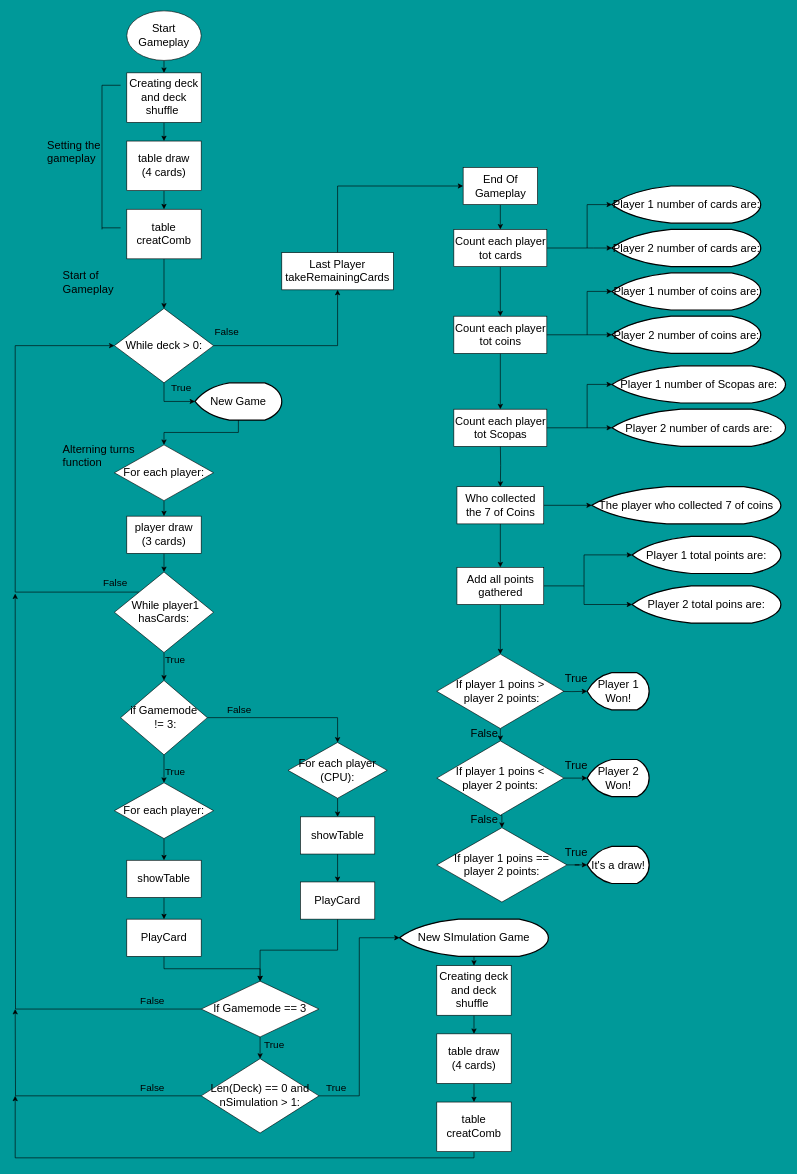
This is page "Gameplay" (2 of 6) of Scopa python game/Scopa Game flowchart/Scopa Game Flowchart.drawio from ABellassai/ACC-AlessandroB2, a draw.io file, before an edit. Source tidied: cells renumbered, new cells numbered last; positions are measured from the earlier drawing's top-left corner, leaving out a move shared by most shapes. Both pictures are drawn from the tidied source at 62%, with x=0, y=0 at pixel (15, 11).
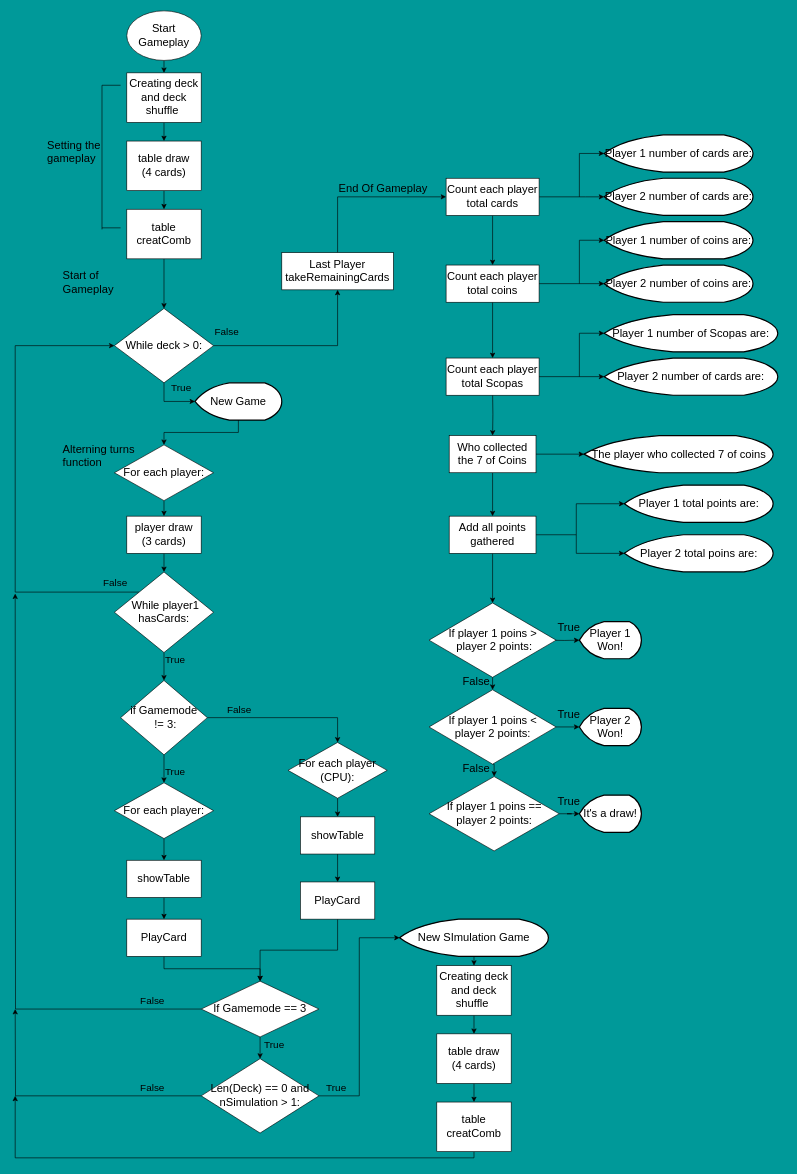
Above is the later version.

Unchanged cells that the change refers to:
```xml
<mxCell id="95" value="Last Player takeRemainingCards" style="rounded=0;whiteSpace=wrap;html=1;fontSize=18;" parent="1" vertex="1">
  <mxGeometry x="430" y="390" width="180" height="60" as="geometry" />
</mxCell>
```

What changed in the source:
```diff
@@
-    <mxCell id="14" style="edgeStyle=orthogonalEdgeStyle;rounded=0;jettySize=auto;html=1;exitX=0.5;exitY=1;exitDx=0;exitDy=0;entryX=0.5;entryY=0;entryDx=0;entryDy=0;fontSize=210;" parent="1" edge="1" source="15" target="20">
-      <mxGeometry relative="1" as="geometry" />
-    </mxCell>
-    <mxCell id="15" value="End Of Gameplay" style="rounded=0;whiteSpace=wrap;html=1;fontSize=18;" parent="1" vertex="1">
-      <mxGeometry x="722.5" y="252.5" width="120" height="60" as="geometry" />
-    </mxCell>
@@
     <mxCell id="19" style="edgeStyle=orthogonalEdgeStyle;rounded=0;jettySize=auto;html=1;exitX=1;exitY=0.5;exitDx=0;exitDy=0;fontSize=18;entryX=0;entryY=0.5;entryDx=0;entryDy=0;entryPerimeter=0;" parent="1" edge="1" source="20" target="41">
       <mxGeometry relative="1" as="geometry">
         <Array as="points">
-          <mxPoint x="932.5" y="382.5" />
-          <mxPoint x="932.5" y="382.5" />
+          <mxPoint x="920" y="300" />
+          <mxPoint x="920" y="300" />
         </Array>
       </mxGeometry>
     </mxCell>
-    <mxCell id="20" value="Count each player tot cards" style="rounded=0;whiteSpace=wrap;html=1;fontSize=18;" parent="1" vertex="1">
-      <mxGeometry x="707.5" y="352.5" width="150" height="60" as="geometry" />
+    <mxCell id="20" value="Count each player total cards" style="rounded=0;whiteSpace=wrap;html=1;fontSize=18;" parent="1" vertex="1">
+      <mxGeometry x="695" y="270" width="150" height="60" as="geometry" />
     </mxCell>
     <mxCell id="21" style="edgeStyle=orthogonalEdgeStyle;rounded=0;jettySize=auto;html=1;exitX=0.5;exitY=1;exitDx=0;exitDy=0;fontSize=18;entryX=0.5;entryY=0;entryDx=0;entryDy=0;" parent="1" edge="1" target="76">
       <mxGeometry relative="1" as="geometry">
-        <mxPoint x="782.5" y="697.5" as="sourcePoint" />
+        <mxPoint x="770" y="615" as="sourcePoint" />
       </mxGeometry>
     </mxCell>
-    <mxCell id="22" value="Count each player tot Scopas" style="rounded=0;whiteSpace=wrap;html=1;fontSize=18;" parent="1" vertex="1">
-      <mxGeometry x="707.5" y="642.5" width="150" height="60" as="geometry" />
+    <mxCell id="22" value="Count each player total Scopas" style="rounded=0;whiteSpace=wrap;html=1;fontSize=18;" parent="1" vertex="1">
+      <mxGeometry x="695" y="560" width="150" height="60" as="geometry" />
     </mxCell>
@@
-    <mxCell id="24" value="Count each player tot coins" style="rounded=0;whiteSpace=wrap;html=1;fontSize=18;" parent="1" vertex="1">
-      <mxGeometry x="707.5" y="492.5" width="150" height="60" as="geometry" />
+    <mxCell id="24" value="Count each player total coins" style="rounded=0;whiteSpace=wrap;html=1;fontSize=18;" parent="1" vertex="1">
+      <mxGeometry x="695" y="410" width="150" height="60" as="geometry" />
     </mxCell>
@@
     <mxCell id="26" style="edgeStyle=orthogonalEdgeStyle;rounded=0;jettySize=auto;html=1;exitX=1;exitY=0.5;exitDx=0;exitDy=0;entryX=0;entryY=0.5;entryDx=0;entryDy=0;entryPerimeter=0;" parent="1" edge="1" source="27" target="51">
       <mxGeometry relative="1" as="geometry">
         <Array as="points">
-          <mxPoint x="917.5" y="927.5" />
-          <mxPoint x="917.5" y="957.5" />
+          <mxPoint x="905" y="845" />
+          <mxPoint x="905" y="875" />
         </Array>
       </mxGeometry>
     </mxCell>
     <mxCell id="27" value="Add all points gathered" style="rounded=0;whiteSpace=wrap;html=1;fontSize=18;" parent="1" vertex="1">
-      <mxGeometry x="712.5" y="897.5" width="140" height="60" as="geometry" />
+      <mxGeometry x="700" y="815" width="140" height="60" as="geometry" />
     </mxCell>
     <mxCell id="28" style="edgeStyle=orthogonalEdgeStyle;rounded=0;jettySize=auto;html=1;exitX=1;exitY=0.5;exitDx=0;exitDy=0;entryX=0;entryY=0.5;entryDx=0;entryDy=0;entryPerimeter=0;fontSize=18;" parent="1" edge="1" target="31">
       <mxGeometry relative="1" as="geometry">
-        <mxPoint x="872.5" y="1097.5" as="sourcePoint" />
+        <mxPoint x="860" y="1015" as="sourcePoint" />
       </mxGeometry>
     </mxCell>
     <mxCell id="29" style="edgeStyle=orthogonalEdgeStyle;rounded=0;jettySize=auto;html=1;exitX=0.5;exitY=1;exitDx=0;exitDy=0;fontSize=18;entryX=0.5;entryY=0;entryDx=0;entryDy=0;" parent="1" edge="1" target="34">
       <mxGeometry relative="1" as="geometry">
-        <mxPoint x="782.5" y="1157.5" as="sourcePoint" />
+        <mxPoint x="770" y="1075" as="sourcePoint" />
       </mxGeometry>
     </mxCell>
     <mxCell id="30" value="&lt;span style=&quot;font-size: 18px;&quot;&gt;If player 1 poins &amp;gt;&lt;br&gt;&amp;nbsp;player 2 points:&lt;/span&gt;" style="rhombus;whiteSpace=wrap;html=1;" parent="1" vertex="1">
-      <mxGeometry x="680" y="1037.5" width="205" height="120" as="geometry" />
+      <mxGeometry x="667.5" y="955" width="205" height="120" as="geometry" />
     </mxCell>
     <mxCell id="31" value="Player 1 Won!" style="strokeWidth=2;html=1;shape=mxgraph.flowchart.display;whiteSpace=wrap;fontSize=18;" parent="1" vertex="1">
-      <mxGeometry x="922.5" y="1067.5" width="100" height="60" as="geometry" />
+      <mxGeometry x="910" y="985" width="100" height="60" as="geometry" />
     </mxCell>
@@
     <mxCell id="34" value="&lt;span style=&quot;font-size: 18px;&quot;&gt;If player 1 poins &amp;lt;&lt;br&gt;player 2 points:&lt;/span&gt;" style="rhombus;whiteSpace=wrap;html=1;" parent="1" vertex="1">
-      <mxGeometry x="680" y="1177.5" width="205" height="120" as="geometry" />
+      <mxGeometry x="667.5" y="1095" width="205" height="120" as="geometry" />
     </mxCell>
     <mxCell id="35" value="Player 2 Won!" style="strokeWidth=2;html=1;shape=mxgraph.flowchart.display;whiteSpace=wrap;fontSize=18;" parent="1" vertex="1">
-      <mxGeometry x="922.5" y="1207.5" width="100" height="60" as="geometry" />
+      <mxGeometry x="910" y="1125" width="100" height="60" as="geometry" />
     </mxCell>
@@
     <mxCell id="37" value="&lt;span style=&quot;font-size: 18px;&quot;&gt;If player 1 poins == &lt;br&gt;player 2 points:&lt;/span&gt;" style="rhombus;whiteSpace=wrap;html=1;" parent="1" vertex="1">
-      <mxGeometry x="680" y="1317.5" width="210" height="120" as="geometry" />
+      <mxGeometry x="667.5" y="1235" width="210" height="120" as="geometry" />
     </mxCell>
     <mxCell id="38" value="It's a draw!" style="strokeWidth=2;html=1;shape=mxgraph.flowchart.display;whiteSpace=wrap;fontSize=18;" parent="1" vertex="1">
-      <mxGeometry x="922.5" y="1347.5" width="100" height="60" as="geometry" />
+      <mxGeometry x="910" y="1265" width="100" height="60" as="geometry" />
     </mxCell>
     <mxCell id="39" style="endArrow=classic;html=1;rounded=0;fontSize=18;entryX=0;entryY=0.5;entryDx=0;entryDy=0;entryPerimeter=0;" parent="1" edge="1" target="40">
       <mxGeometry relative="1" as="geometry">
-        <mxPoint x="922.5" y="382.5" as="sourcePoint" />
+        <mxPoint x="910" y="300" as="sourcePoint" />
         <Array as="points">
-          <mxPoint x="922.5" y="312.5" />
+          <mxPoint x="910" y="230" />
         </Array>
       </mxGeometry>
     </mxCell>
     <mxCell id="40" value="Player 1 number of cards are:" style="strokeWidth=2;html=1;shape=mxgraph.flowchart.display;whiteSpace=wrap;fontSize=18;" parent="1" vertex="1">
-      <mxGeometry x="962.5" y="282.5" width="240" height="60" as="geometry" />
+      <mxGeometry x="950" y="200" width="240" height="60" as="geometry" />
     </mxCell>
     <mxCell id="41" value="Player 2 number of cards are:" style="strokeWidth=2;html=1;shape=mxgraph.flowchart.display;whiteSpace=wrap;fontSize=18;" parent="1" vertex="1">
-      <mxGeometry x="962.5" y="352.5" width="240" height="60" as="geometry" />
+      <mxGeometry x="950" y="270" width="240" height="60" as="geometry" />
     </mxCell>
@@
     <mxCell id="43" style="endArrow=classic;html=1;rounded=0;fontSize=18;entryX=0;entryY=0.5;entryDx=0;entryDy=0;entryPerimeter=0;" parent="1" edge="1" target="44">
       <mxGeometry relative="1" as="geometry">
-        <mxPoint x="922.5" y="522.5" as="sourcePoint" />
+        <mxPoint x="910" y="440" as="sourcePoint" />
         <Array as="points">
-          <mxPoint x="922.5" y="452.5" />
+          <mxPoint x="910" y="370" />
         </Array>
       </mxGeometry>
     </mxCell>
     <mxCell id="44" value="Player 1 number of coins are:" style="strokeWidth=2;html=1;shape=mxgraph.flowchart.display;whiteSpace=wrap;fontSize=18;" parent="1" vertex="1">
-      <mxGeometry x="962.5" y="422.5" width="240" height="60" as="geometry" />
+      <mxGeometry x="950" y="340" width="240" height="60" as="geometry" />
     </mxCell>
     <mxCell id="45" value="Player 2 number of coins are:" style="strokeWidth=2;html=1;shape=mxgraph.flowchart.display;whiteSpace=wrap;fontSize=18;" parent="1" vertex="1">
-      <mxGeometry x="962.5" y="492.5" width="240" height="60" as="geometry" />
+      <mxGeometry x="950" y="410" width="240" height="60" as="geometry" />
     </mxCell>
@@
     <mxCell id="47" style="endArrow=classic;html=1;rounded=0;fontSize=18;entryX=0;entryY=0.5;entryDx=0;entryDy=0;entryPerimeter=0;" parent="1" edge="1" target="48">
       <mxGeometry relative="1" as="geometry">
-        <mxPoint x="922.5" y="672.5" as="sourcePoint" />
+        <mxPoint x="910" y="590" as="sourcePoint" />
         <Array as="points">
-          <mxPoint x="922.5" y="602.5" />
+          <mxPoint x="910" y="520" />
         </Array>
       </mxGeometry>
     </mxCell>
     <mxCell id="48" value="Player 1 number of Scopas are:" style="strokeWidth=2;html=1;shape=mxgraph.flowchart.display;whiteSpace=wrap;fontSize=18;" parent="1" vertex="1">
-      <mxGeometry x="962.5" y="572.5" width="280" height="60" as="geometry" />
+      <mxGeometry x="950" y="490" width="280" height="60" as="geometry" />
     </mxCell>
     <mxCell id="49" value="Player 2 number of cards are:" style="strokeWidth=2;html=1;shape=mxgraph.flowchart.display;whiteSpace=wrap;fontSize=18;" parent="1" vertex="1">
-      <mxGeometry x="962.5" y="642.5" width="280" height="60" as="geometry" />
+      <mxGeometry x="950" y="560" width="280" height="60" as="geometry" />
     </mxCell>
     <mxCell id="50" value="Player 1 total points are:" style="strokeWidth=2;html=1;shape=mxgraph.flowchart.display;whiteSpace=wrap;fontSize=18;" parent="1" vertex="1">
-      <mxGeometry x="995" y="847.5" width="240" height="60" as="geometry" />
+      <mxGeometry x="982.5" y="765" width="240" height="60" as="geometry" />
     </mxCell>
     <mxCell id="51" value="Player 2 total poins are:" style="strokeWidth=2;html=1;shape=mxgraph.flowchart.display;whiteSpace=wrap;fontSize=18;" parent="1" vertex="1">
-      <mxGeometry x="995" y="927.5" width="240" height="60" as="geometry" />
+      <mxGeometry x="982.5" y="845" width="240" height="60" as="geometry" />
     </mxCell>
     <mxCell id="52" value="True" style="text;whiteSpace=wrap;html=1;fontSize=18;" parent="1" vertex="1">
-      <mxGeometry x="885" y="1060" width="45" height="30" as="geometry" />
+      <mxGeometry x="872.5" y="977.5" width="45" height="30" as="geometry" />
     </mxCell>
     <mxCell id="53" value="True" style="text;whiteSpace=wrap;html=1;fontSize=18;" parent="1" vertex="1">
-      <mxGeometry x="885" y="1200" width="45" height="30" as="geometry" />
+      <mxGeometry x="872.5" y="1117.5" width="45" height="30" as="geometry" />
     </mxCell>
     <mxCell id="54" value="True" style="text;whiteSpace=wrap;html=1;fontSize=18;" parent="1" vertex="1">
-      <mxGeometry x="885" y="1340" width="45" height="30" as="geometry" />
+      <mxGeometry x="872.5" y="1257.5" width="45" height="30" as="geometry" />
     </mxCell>
@@
     <mxCell id="72" value="False" style="text;whiteSpace=wrap;html=1;fontSize=18;" parent="1" vertex="1">
-      <mxGeometry x="732.5" y="1147.5" width="45" height="30" as="geometry" />
+      <mxGeometry x="720" y="1065" width="45" height="30" as="geometry" />
     </mxCell>
     <mxCell id="73" value="False" style="text;whiteSpace=wrap;html=1;fontSize=18;" parent="1" vertex="1">
-      <mxGeometry x="732.5" y="1287.5" width="45" height="30" as="geometry" />
+      <mxGeometry x="720" y="1205" width="45" height="30" as="geometry" />
     </mxCell>
@@
     <mxCell id="76" value="Who collected the 7 of Coins" style="rounded=0;whiteSpace=wrap;html=1;fontSize=18;" parent="1" vertex="1">
-      <mxGeometry x="712.5" y="767.5" width="140" height="60" as="geometry" />
+      <mxGeometry x="700" y="685" width="140" height="60" as="geometry" />
     </mxCell>
     <mxCell id="77" value="The player who collected 7 of coins" style="strokeWidth=2;html=1;shape=mxgraph.flowchart.display;whiteSpace=wrap;fontSize=18;" parent="1" vertex="1">
-      <mxGeometry x="930" y="767.5" width="305" height="60" as="geometry" />
+      <mxGeometry x="917.5" y="685" width="305" height="60" as="geometry" />
     </mxCell>
     <mxCell id="78" style="endArrow=classic;html=1;rounded=0;entryX=0;entryY=0.5;entryDx=0;entryDy=0;entryPerimeter=0;" parent="1" edge="1" target="50">
       <mxGeometry relative="1" as="geometry">
-        <mxPoint x="917.5" y="927.5" as="sourcePoint" />
+        <mxPoint x="905" y="845" as="sourcePoint" />
         <Array as="points">
-          <mxPoint x="917.5" y="877.5" />
+          <mxPoint x="905" y="795" />
         </Array>
       </mxGeometry>
     </mxCell>
@@
-    <mxCell id="94" style="edgeStyle=orthogonalEdgeStyle;rounded=0;jettySize=auto;html=1;exitX=0.5;exitY=0;exitDx=0;exitDy=0;entryX=0;entryY=0.5;entryDx=0;entryDy=0;" parent="1" edge="1" source="95" target="15">
-      <mxGeometry relative="1" as="geometry" />
+    <mxCell id="94" style="edgeStyle=orthogonalEdgeStyle;rounded=0;jettySize=auto;html=1;exitX=0.5;exitY=0;exitDx=0;exitDy=0;entryX=0;entryY=0.5;entryDx=0;entryDy=0;" parent="1" edge="1" source="95" target="20">
+      <mxGeometry relative="1" as="geometry">
+        <Array as="points">
+          <mxPoint x="520" y="300" />
+        </Array>
+      </mxGeometry>
     </mxCell>
@@
+    <mxCell id="15" value="End Of Gameplay" style="text;whiteSpace=wrap;html=1;fontSize=18;" parent="1" vertex="1">
+      <mxGeometry x="520" y="270" width="160" height="30" as="geometry" />
+    </mxCell>
```
